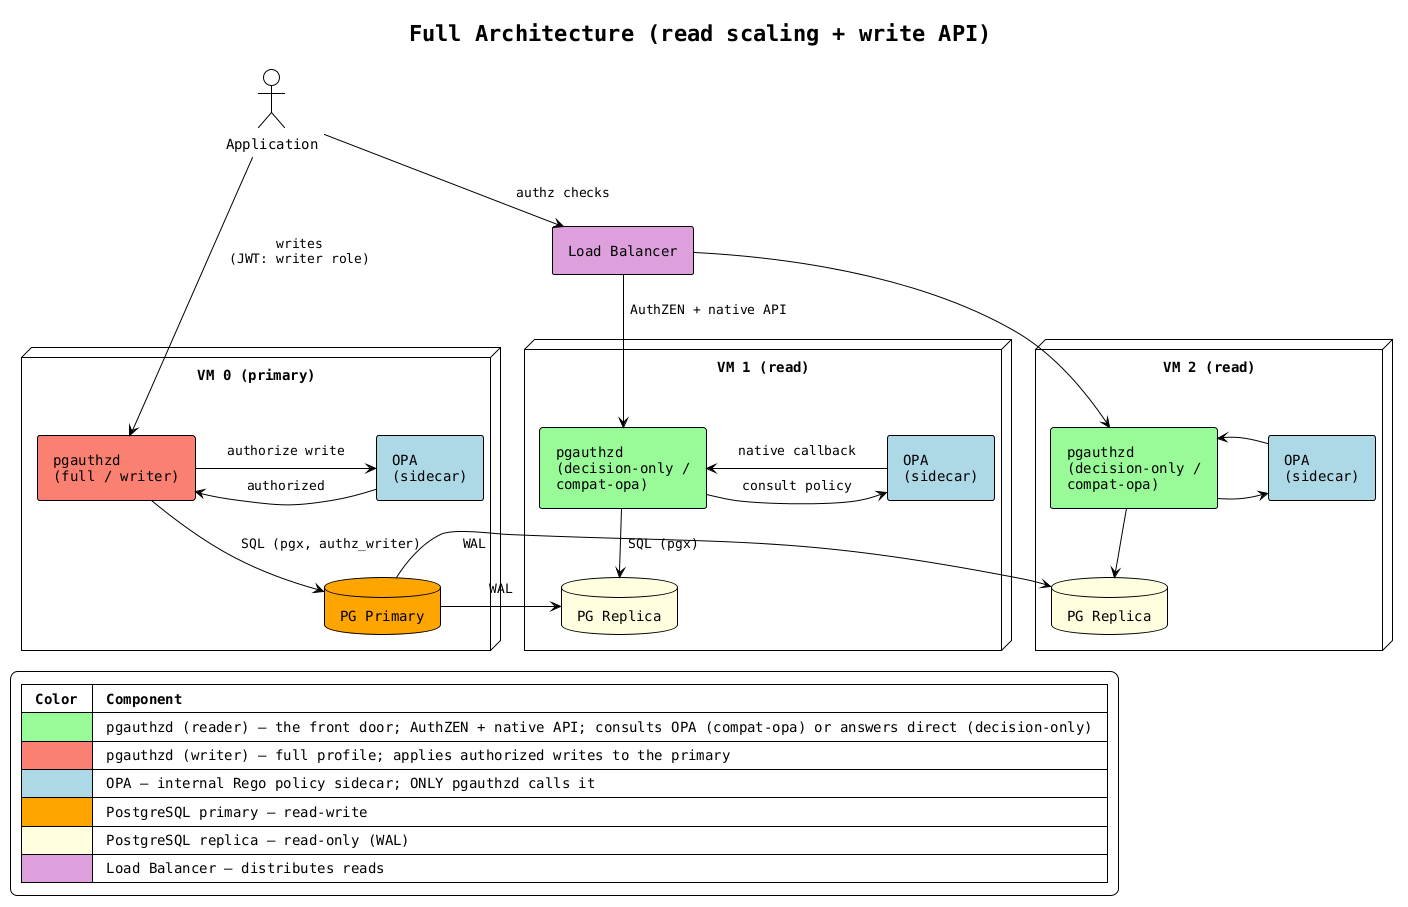
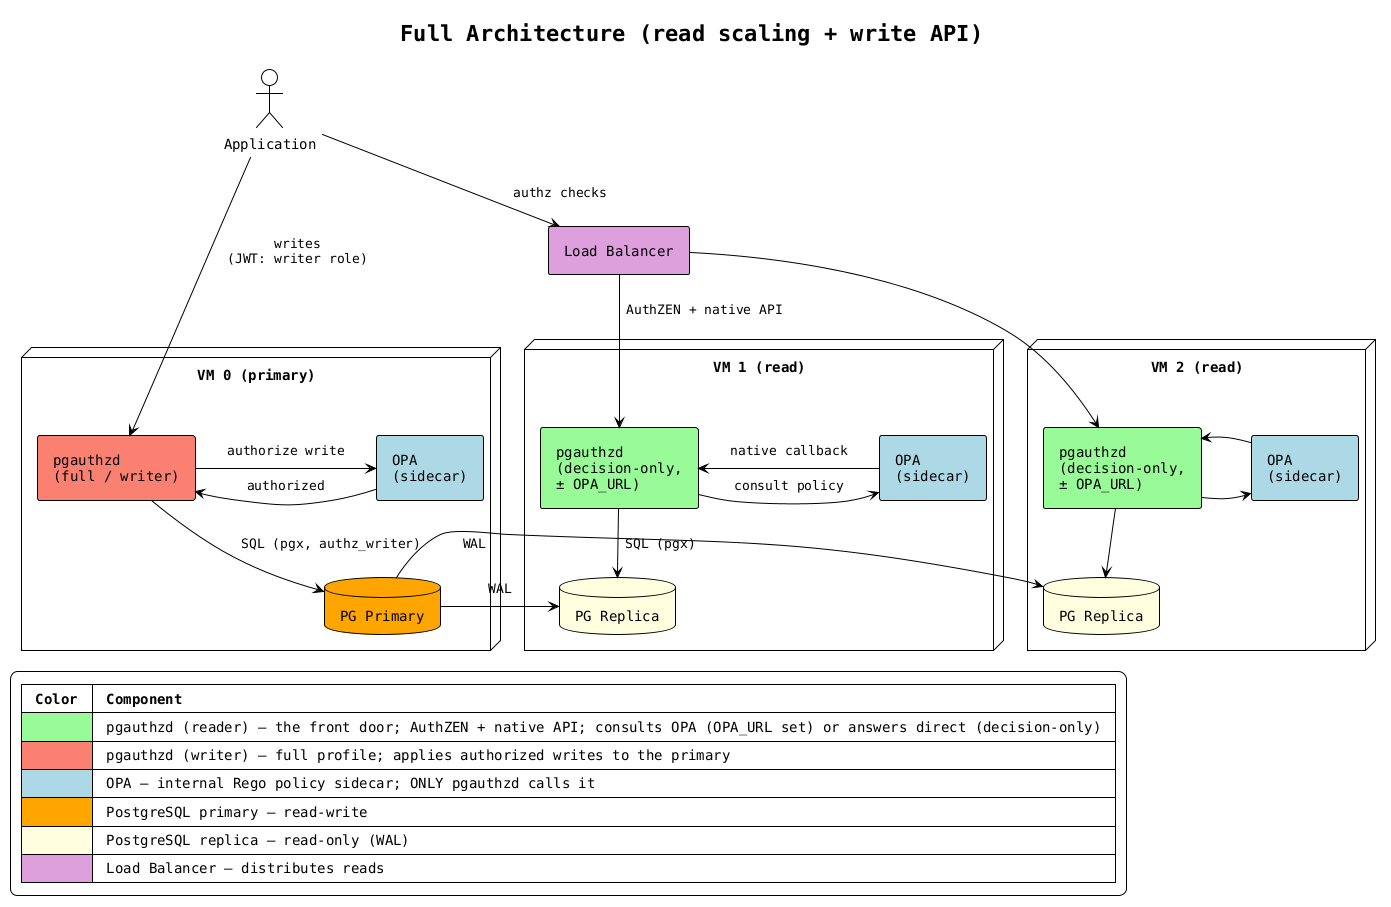
@startuml architecture-full

!theme plain
skinparam backgroundColor white
skinparam componentStyle rectangle
skinparam defaultFontName monospaced
skinparam nodesep 50
skinparam ranksep 40
skinparam padding 6

title Full Architecture (read scaling + write API)

actor "Application" as app

component "Load Balancer" as lb #Plum

node "VM 1 (read)" as vm1 {
-     component "pgauthzd\n(decision-only /\ncompat-opa)" as pgd_a #PaleGreen
+     component "pgauthzd\n(decision-only,\n± OPA_URL)" as pgd_a #PaleGreen
    component "OPA\n(sidecar)" as opa_a #LightBlue
    database "PG Replica" as pgr_a #LightYellow
}

node "VM 2 (read)" as vm2 {
-     component "pgauthzd\n(decision-only /\ncompat-opa)" as pgd_b #PaleGreen
+     component "pgauthzd\n(decision-only,\n± OPA_URL)" as pgd_b #PaleGreen
    component "OPA\n(sidecar)" as opa_b #LightBlue
    database "PG Replica" as pgr_b #LightYellow
}

node "VM 0 (primary)" as vm0 {
    component "pgauthzd\n(full / writer)" as pgd_w #Salmon
    component "OPA\n(sidecar)" as opa_w #LightBlue
    database "PG Primary" as pgp #Orange
}

' Read path — pgauthzd is the ONLY front door. It answers directly from the
' graph (decision-only), or consults its OPA sidecar for Rego policy
- ' (compat-opa) — and only pgauthzd ever calls OPA; OPA calls back into the same
+ ' (OPA_URL set) — and only pgauthzd ever calls OPA; OPA calls back into the same
' pgauthzd's native listener for the graph data.
app -down-> lb : "authz checks"
lb -down-> pgd_a : "AuthZEN + native API"
lb -down-> pgd_b
pgd_a -right-> opa_a : "consult policy"
opa_a -left-> pgd_a : "native callback"
pgd_b -right-> opa_b
opa_b -left-> pgd_b
pgd_a -down-> pgr_a : "SQL (pgx)"
pgd_b -down-> pgr_b

' Write path — pgauthzd (full) is the front door; it consults OPA to authorize
' the write (writer role), then applies it natively. (Write-authz delegation is
' the pending pgauthzd-fronted-writes increment; today write.rego fronts it.)
app -down-> pgd_w : "writes\n(JWT: writer role)"
pgd_w -right-> opa_w : "authorize write"
opa_w -left-> pgd_w : "authorized"
pgd_w -down-> pgp : "SQL (pgx, authz_writer)"

' Replication
pgp -right-> pgr_a : "  WAL  "
pgp -right-> pgr_b : "  WAL  "

legend bottom left
  |= Color |= Component |
-   | <#PaleGreen> | pgauthzd (reader) — the front door; AuthZEN + native API; consults OPA (compat-opa) or answers direct (decision-only) |
+   | <#PaleGreen> | pgauthzd (reader) — the front door; AuthZEN + native API; consults OPA (OPA_URL set) or answers direct (decision-only) |
  | <#Salmon> | pgauthzd (writer) — full profile; applies authorized writes to the primary |
  | <#LightBlue> | OPA — internal Rego policy sidecar; ONLY pgauthzd calls it |
  | <#Orange> | PostgreSQL primary — read-write |
  | <#LightYellow> | PostgreSQL replica — read-only (WAL) |
  | <#Plum> | Load Balancer — distributes reads |
end legend

@enduml
